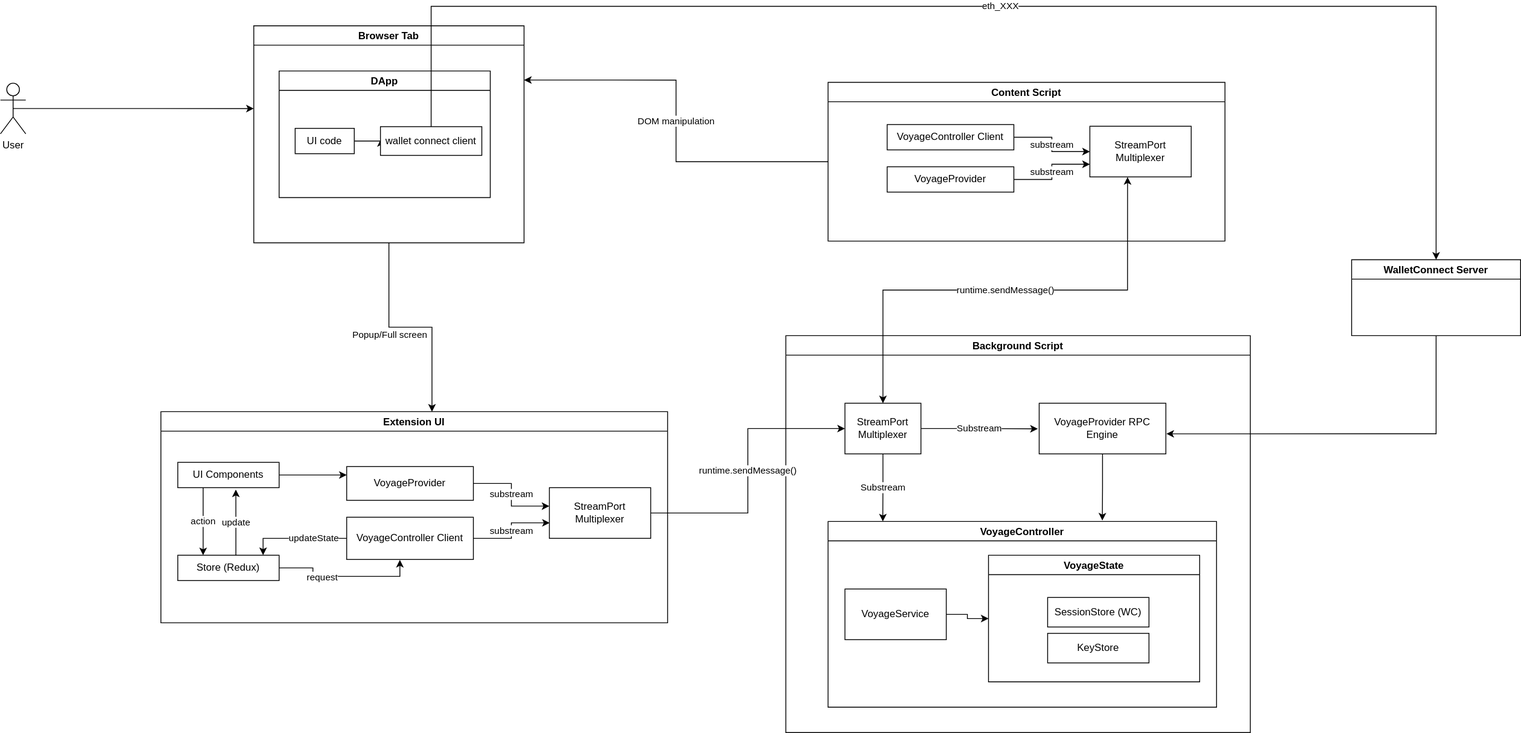
Above: docs/architecture.svg in voyage-finance/voyage-extension (draw.io), before the change. Source tidied: cells renumbered, new cells last; positions are measured from the earlier drawing's top-left corner, leaving out a move shared by most shapes.
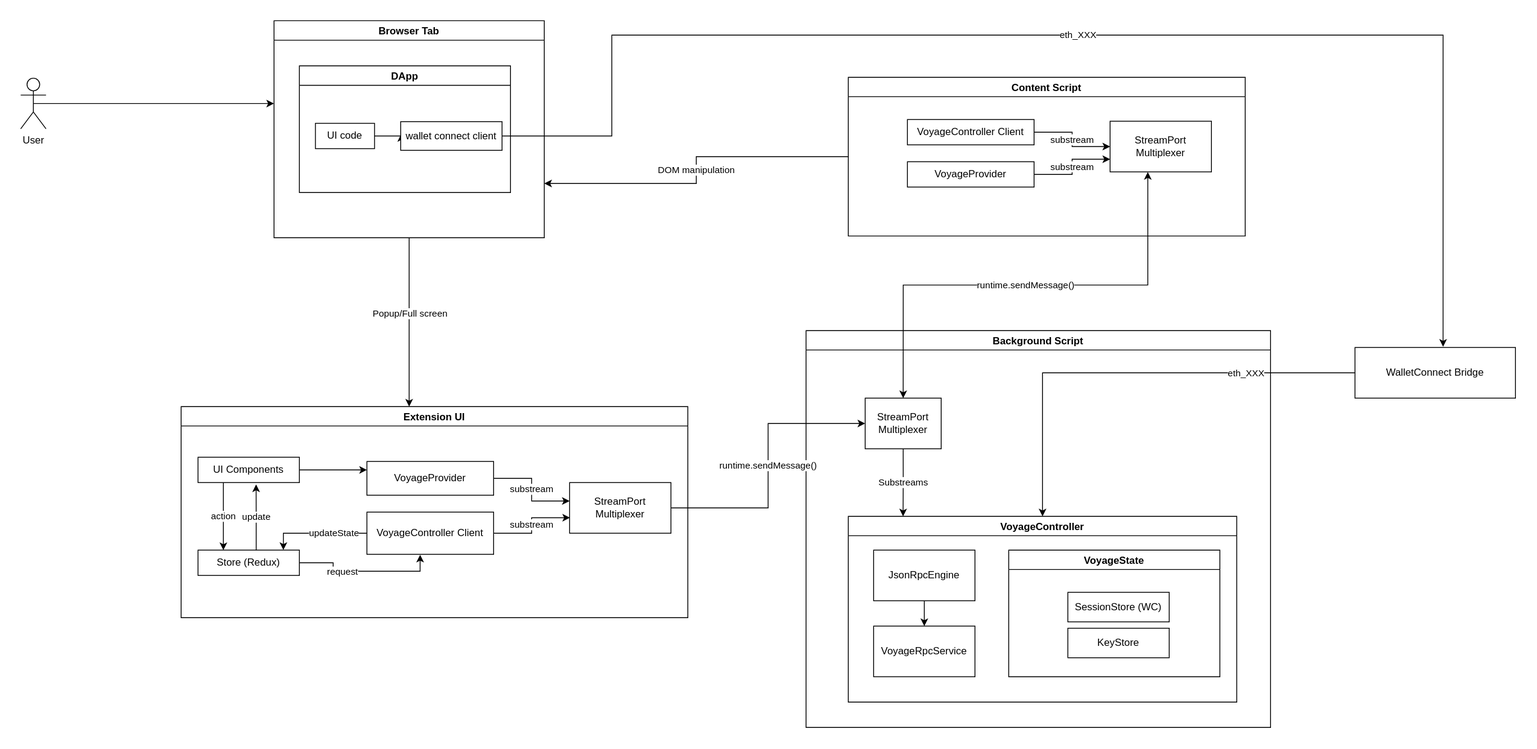
Above is the later version.

What changed in the source:
```diff
@@ -10,12 +10,14 @@
     <mxCell id="3" value="User" style="shape=umlActor;verticalLabelPosition=bottom;verticalAlign=top;html=1;outlineConnect=0;" parent="1" vertex="1">
       <mxGeometry y="91" width="30" height="60" as="geometry" />
     </mxCell>
-    <mxCell id="4" style="edgeStyle=orthogonalEdgeStyle;rounded=0;jettySize=auto;html=1;exitX=0.5;exitY=1;exitDx=0;exitDy=0;entryX=1.004;entryY=0.604;entryDx=0;entryDy=0;entryPerimeter=0;startArrow=none;startFill=0;endArrow=classic;endFill=1;" parent="1" edge="1" source="5" target="36">
-      <mxGeometry relative="1" as="geometry" />
-    </mxCell>
-    <mxCell id="5" value="WalletConnect Server" style="swimlane;startSize=23;" parent="1" vertex="1">
-      <mxGeometry x="1600" y="300" width="200" height="90" as="geometry" />
-    </mxCell>
+    <mxCell id="49" style="edgeStyle=orthogonalEdgeStyle;rounded=0;jettySize=auto;html=1;startArrow=none;startFill=0;endArrow=classic;endFill=1;exitX=0;exitY=0.5;exitDx=0;exitDy=0;" parent="1" edge="1" source="52" target="37">
+      <mxGeometry relative="1" as="geometry" />
+    </mxCell>
+    <mxCell id="50" value="eth_XXX" style="edgeLabel;html=1;align=center;verticalAlign=middle;" parent="49" vertex="1">
+      <mxGeometry x="-0.71" y="1" relative="1" as="geometry">
+        <mxPoint x="-52" y="-1" as="offset" />
+      </mxGeometry>
+    </mxCell>
     <mxCell id="6" value="Extension UI" style="swimlane;" parent="1" vertex="1">
       <mxGeometry x="190" y="480" width="600" height="250" as="geometry" />
     </mxCell>
@@ -67,8 +69,13 @@
     <mxCell id="19" value="StreamPort Multiplexer" style="rounded=0;whiteSpace=wrap;html=1;" parent="6" vertex="1">
       <mxGeometry x="460" y="90" width="120" height="60" as="geometry" />
     </mxCell>
-    <mxCell id="20" style="edgeStyle=orthogonalEdgeStyle;rounded=0;jettySize=auto;html=1;exitX=0.5;exitY=1;exitDx=0;exitDy=0;entryX=0.535;entryY=0;entryDx=0;entryDy=0;entryPerimeter=0;" parent="1" edge="1" source="22" target="6">
-      <mxGeometry relative="1" as="geometry" />
+    <mxCell id="20" style="edgeStyle=orthogonalEdgeStyle;rounded=0;jettySize=auto;html=1;exitX=0.5;exitY=1;exitDx=0;exitDy=0;" parent="1" edge="1" source="22">
+      <mxGeometry relative="1" as="geometry">
+        <mxPoint x="460" y="480" as="targetPoint" />
+        <Array as="points">
+          <mxPoint x="460" y="480" />
+        </Array>
+      </mxGeometry>
     </mxCell>
     <mxCell id="21" value="Popup/Full screen" style="edgeLabel;html=1;align=center;verticalAlign=middle;" parent="20" vertex="1">
       <mxGeometry x="-0.27" y="1" relative="1" as="geometry">
@@ -90,7 +97,7 @@
     <mxCell id="26" value="wallet connect client" style="rounded=0;whiteSpace=wrap;html=1;" parent="23" vertex="1">
       <mxGeometry x="120" y="66" width="120" height="34" as="geometry" />
     </mxCell>
-    <mxCell id="27" value="DOM manipulation" style="edgeStyle=orthogonalEdgeStyle;rounded=0;jettySize=auto;html=1;entryX=1;entryY=0.25;entryDx=0;entryDy=0;startArrow=none;startFill=0;endArrow=classic;endFill=1;" parent="1" edge="1" source="28" target="22">
+    <mxCell id="27" value="DOM manipulation" style="edgeStyle=orthogonalEdgeStyle;rounded=0;jettySize=auto;html=1;entryX=1;entryY=0.75;entryDx=0;entryDy=0;startArrow=none;startFill=0;endArrow=classic;endFill=1;" parent="1" edge="1" source="28" target="22">
       <mxGeometry relative="1" as="geometry" />
     </mxCell>
     <mxCell id="28" value="Content Script" style="swimlane;" parent="1" vertex="1">
@@ -114,20 +121,11 @@
     <mxCell id="34" value="Background Script" style="swimlane;" parent="1" vertex="1">
       <mxGeometry x="930" y="390" width="550" height="470" as="geometry" />
     </mxCell>
-    <mxCell id="35" style="edgeStyle=orthogonalEdgeStyle;rounded=0;jettySize=auto;html=1;exitX=0.5;exitY=1;exitDx=0;exitDy=0;entryX=0.706;entryY=-0.005;entryDx=0;entryDy=0;entryPerimeter=0;startArrow=none;startFill=0;endArrow=classic;endFill=1;" parent="34" edge="1" source="36" target="37">
-      <mxGeometry relative="1" as="geometry" />
-    </mxCell>
-    <mxCell id="36" value="VoyageProvider RPC Engine" style="rounded=0;whiteSpace=wrap;html=1;" parent="34" vertex="1">
-      <mxGeometry x="300" y="80" width="150" height="60" as="geometry" />
-    </mxCell>
     <mxCell id="37" value="VoyageController" style="swimlane;" parent="34" vertex="1">
       <mxGeometry x="50" y="220" width="460" height="220" as="geometry" />
     </mxCell>
-    <mxCell id="38" style="edgeStyle=orthogonalEdgeStyle;rounded=0;jettySize=auto;html=1;entryX=0;entryY=0.5;entryDx=0;entryDy=0;startArrow=none;startFill=0;endArrow=classic;endFill=1;" parent="37" edge="1" source="39" target="40">
-      <mxGeometry relative="1" as="geometry" />
-    </mxCell>
-    <mxCell id="39" value="VoyageService" style="rounded=0;whiteSpace=wrap;html=1;" parent="37" vertex="1">
-      <mxGeometry x="20" y="80" width="120" height="60" as="geometry" />
+    <mxCell id="39" value="VoyageRpcService" style="rounded=0;whiteSpace=wrap;html=1;" parent="37" vertex="1">
+      <mxGeometry x="30" y="130" width="120" height="60" as="geometry" />
     </mxCell>
     <mxCell id="40" value="VoyageState" style="swimlane;" parent="37" vertex="1">
       <mxGeometry x="190" y="40" width="250" height="150" as="geometry" />
@@ -138,20 +136,24 @@
     <mxCell id="42" value="KeyStore" style="rounded=0;whiteSpace=wrap;html=1;" parent="40" vertex="1">
       <mxGeometry x="70" y="92.5" width="120" height="35" as="geometry" />
     </mxCell>
-    <mxCell id="43" value="Substream" style="edgeStyle=orthogonalEdgeStyle;rounded=0;jettySize=auto;html=1;entryX=-0.011;entryY=0.505;entryDx=0;entryDy=0;entryPerimeter=0;" parent="34" edge="1" source="45" target="36">
-      <mxGeometry relative="1" as="geometry" />
-    </mxCell>
+    <mxCell id="51" style="edgeStyle=orthogonalEdgeStyle;rounded=0;jettySize=auto;html=1;exitX=0.5;exitY=1;exitDx=0;exitDy=0;entryX=0.5;entryY=0;entryDx=0;entryDy=0;startArrow=none;startFill=0;endArrow=classic;endFill=1;" parent="37" edge="1" source="36" target="39">
+      <mxGeometry relative="1" as="geometry" />
+    </mxCell>
+    <mxCell id="36" value="JsonRpcEngine" style="rounded=0;whiteSpace=wrap;html=1;" parent="37" vertex="1">
+      <mxGeometry x="30" y="40" width="120" height="60" as="geometry" />
+    </mxCell>
-    <mxCell id="44" value="Substream" style="edgeStyle=orthogonalEdgeStyle;rounded=0;jettySize=auto;html=1;exitX=0.5;exitY=1;exitDx=0;exitDy=0;entryX=0.141;entryY=0;entryDx=0;entryDy=0;entryPerimeter=0;" parent="34" edge="1" source="45" target="37">
+    <mxCell id="44" value="Substreams" style="edgeStyle=orthogonalEdgeStyle;rounded=0;jettySize=auto;html=1;exitX=0.5;exitY=1;exitDx=0;exitDy=0;entryX=0.141;entryY=0;entryDx=0;entryDy=0;entryPerimeter=0;" parent="34" edge="1" source="45" target="37">
       <mxGeometry relative="1" as="geometry" />
     </mxCell>
     <mxCell id="45" value="StreamPort Multiplexer" style="rounded=0;whiteSpace=wrap;html=1;" parent="34" vertex="1">
       <mxGeometry x="70" y="80" width="90" height="60" as="geometry" />
     </mxCell>
-    <mxCell id="46" value="eth_XXX" style="edgeStyle=orthogonalEdgeStyle;rounded=0;jettySize=auto;html=1;entryX=0.5;entryY=0;entryDx=0;entryDy=0;" parent="1" edge="1" source="26" target="5">
+    <mxCell id="46" value="eth_XXX" style="edgeStyle=orthogonalEdgeStyle;rounded=0;jettySize=auto;html=1;entryX=0.549;entryY=-0.015;entryDx=0;entryDy=0;entryPerimeter=0;" parent="1" edge="1" source="26" target="52">
       <mxGeometry relative="1" as="geometry">
         <Array as="points">
-          <mxPoint x="510" />
-          <mxPoint x="1700" />
+          <mxPoint x="700" y="160" />
+          <mxPoint x="700" y="40" />
+          <mxPoint x="1684" y="40" />
         </Array>
       </mxGeometry>
     </mxCell>
@@ -161,5 +163,8 @@
     <mxCell id="48" value="runtime.sendMessage()" style="edgeStyle=orthogonalEdgeStyle;rounded=0;jettySize=auto;html=1;exitX=1;exitY=0.5;exitDx=0;exitDy=0;entryX=0;entryY=0.5;entryDx=0;entryDy=0;startArrow=none;startFill=0;endArrow=classic;endFill=1;" parent="1" edge="1" source="19" target="45">
       <mxGeometry relative="1" as="geometry" />
     </mxCell>
+    <mxCell id="52" value="WalletConnect Bridge" style="rounded=0;whiteSpace=wrap;html=1;" parent="1" vertex="1">
+      <mxGeometry x="1580" y="410" width="190" height="60" as="geometry" />
+    </mxCell>
   </root>
 </mxGraphModel>
```
